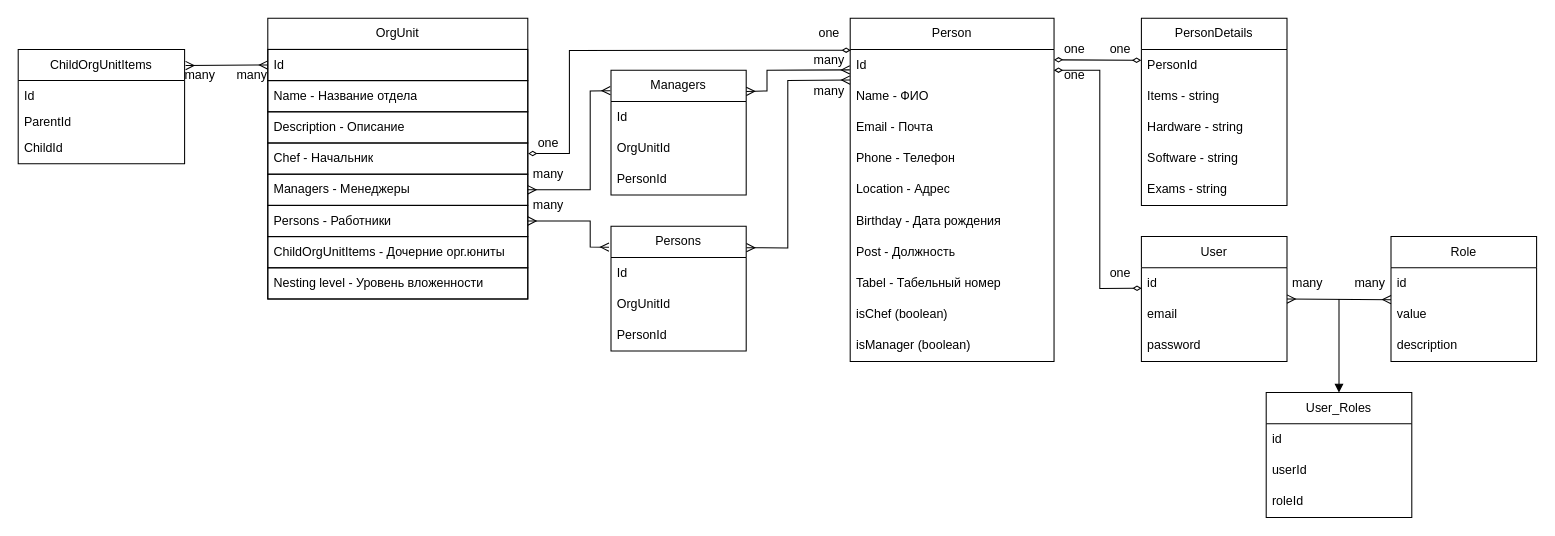
Before: TableSchema.drawio in mspolermo/org-structure, a draw.io diagram. Source tidied: cells renumbered, new cells numbered last; positions are measured from the earlier drawing's top-left corner, leaving out a move shared by most shapes. Both pictures are drawn from the tidied source at 104%, with x=0, y=0 at pixel (18, 18).
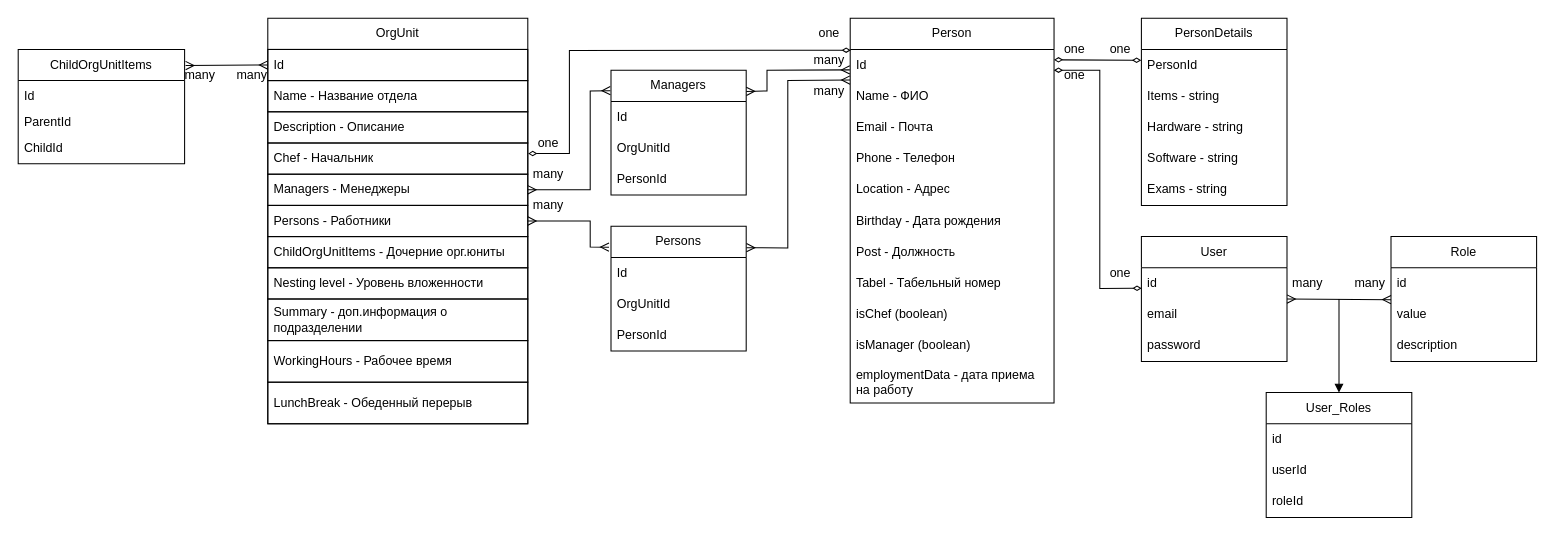
After the change.

The edit, as a diff of the source:
```diff
@@
     <mxCell id="2" value="Person" style="swimlane;fontStyle=0;horizontal=1;startSize=30;whiteSpace=wrap;html=1;" parent="1" vertex="1">
-      <mxGeometry x="800" width="196" height="330" as="geometry" />
+      <mxGeometry x="800" width="196" height="370" as="geometry" />
     </mxCell>
@@
+    <mxCell id="77" value="employmentData - дата приема на работу" style="text;strokeColor=none;fillColor=none;align=left;verticalAlign=middle;spacingLeft=4;spacingRight=4;overflow=hidden;whiteSpace=wrap;html=1;" parent="2" vertex="1">
+      <mxGeometry y="330" width="196" height="40" as="geometry" />
+    </mxCell>
@@
     <mxCell id="21" value="OrgUnit" style="swimlane;fontStyle=0;horizontal=1;startSize=30;whiteSpace=wrap;html=1;" parent="1" vertex="1">
-      <mxGeometry x="240" width="250" height="270" as="geometry" />
+      <mxGeometry x="240" width="250" height="390" as="geometry" />
     </mxCell>
@@
+    <mxCell id="78" value="Summary - доп.информация о подразделении" style="text;strokeColor=default;fillColor=none;align=left;verticalAlign=middle;spacingLeft=4;spacingRight=4;overflow=hidden;whiteSpace=wrap;html=1;" parent="21" vertex="1">
+      <mxGeometry y="270" width="250" height="40" as="geometry" />
+    </mxCell>
+    <mxCell id="79" value="WorkingHours - Рабочее время" style="text;strokeColor=default;fillColor=none;align=left;verticalAlign=middle;spacingLeft=4;spacingRight=4;overflow=hidden;whiteSpace=wrap;html=1;" parent="21" vertex="1">
+      <mxGeometry y="310" width="250" height="40" as="geometry" />
+    </mxCell>
+    <mxCell id="80" value="LunchBreak - Обеденный перерыв" style="text;strokeColor=default;fillColor=none;align=left;verticalAlign=middle;spacingLeft=4;spacingRight=4;overflow=hidden;whiteSpace=wrap;html=1;" parent="21" vertex="1">
+      <mxGeometry y="350" width="250" height="40" as="geometry" />
+    </mxCell>
```
